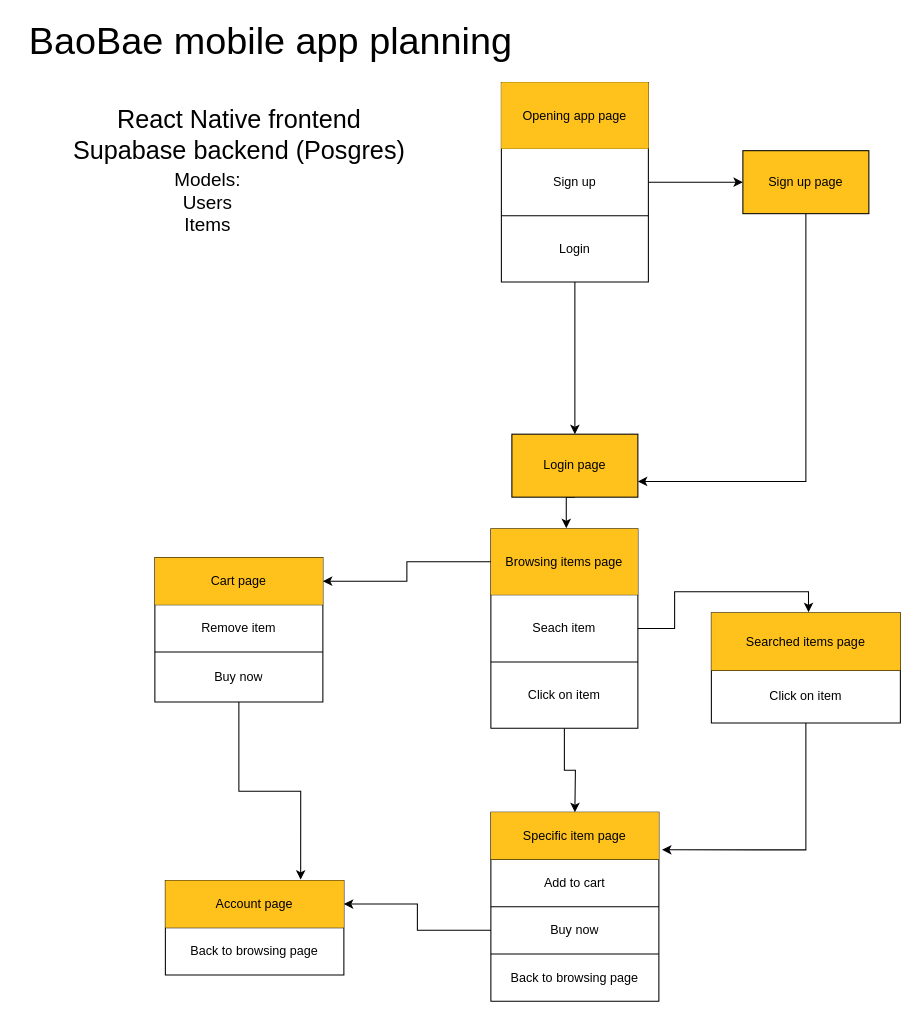
zyteo/BaoBae keeps this draw.io diagram as drawio/plan.drawio. Above is the earlier version. Source tidied: cells renumbered, new cells numbered last; positions are measured from the earlier drawing's top-left corner, leaving out a move shared by most shapes. Both pictures are drawn from the tidied source at 105%, with x=0, y=0 at pixel (18, 24).
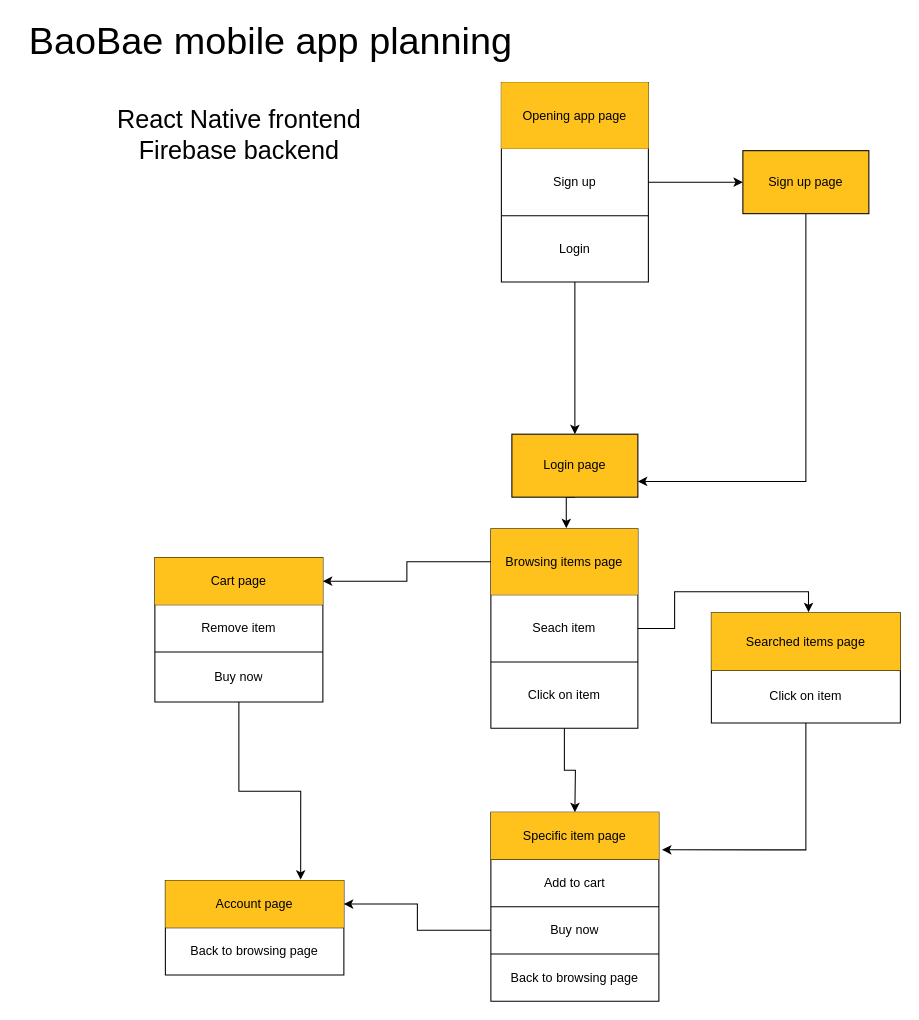
The same diagram, later.

Commit message (it also covers changes not shown here):
Ditched supabase due to errors, trying out firebase

Change to the diagram source:
```diff
@@
-    <mxCell id="16" value="&lt;font style=&quot;font-size: 24px&quot;&gt;React Native frontend&lt;br&gt;Supabase backend (Posgres)&lt;/font&gt;" style="text;html=1;align=center;verticalAlign=middle;strokeColor=none;" parent="1" vertex="1">
-      <mxGeometry x="45" y="85" width="330" height="40" as="geometry" />
+    <mxCell id="16" value="&lt;font style=&quot;font-size: 24px&quot;&gt;React Native frontend&lt;br&gt;Firebase backend&lt;/font&gt;" style="text;html=1;align=center;verticalAlign=middle;strokeColor=none;" parent="1" vertex="1">
+      <mxGeometry x="85" y="85" width="250" height="40" as="geometry" />
     </mxCell>
@@
-    <mxCell id="56" value="&lt;font style=&quot;font-size: 18px&quot;&gt;Models:&lt;br&gt;Users&lt;br&gt;Items&lt;/font&gt;" style="text;html=1;align=center;verticalAlign=middle;strokeColor=none;" parent="1" vertex="1">
-      <mxGeometry x="140" y="145" width="80" height="50" as="geometry" />
-    </mxCell>
```
